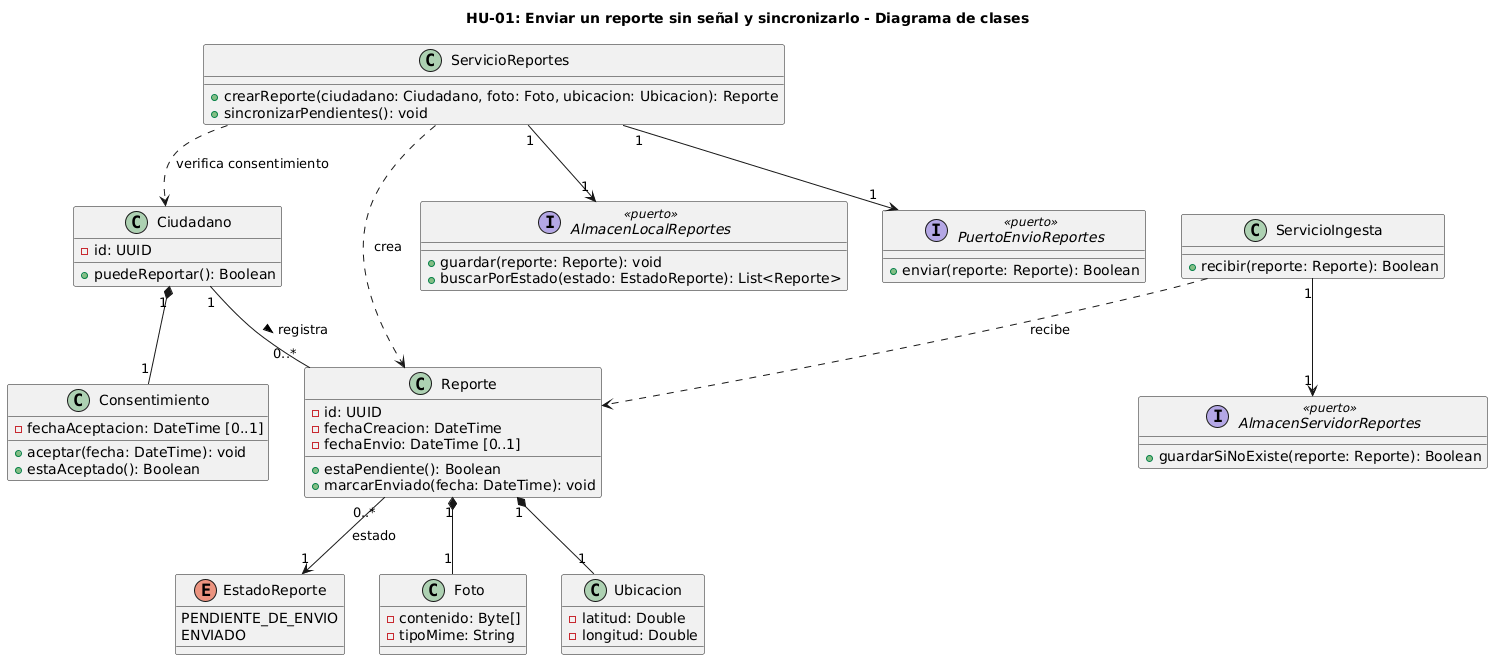
DavidOliva06/cs-2026b-lab04-grupo06 keeps this PlantUML diagram as docs/design/img/DiagramadeClases.png. Above is the earlier version. Source of this version:
```plantuml
@startuml
title HU-01: Enviar un reporte sin señal y sincronizarlo - Diagrama de clases

enum EstadoReporte {
  PENDIENTE_DE_ENVIO
  ENVIADO
}

class Ciudadano {
  - id: UUID
  + puedeReportar(): Boolean
}

class Consentimiento {
  - fechaAceptacion: DateTime [0..1]
  + aceptar(fecha: DateTime): void
  + estaAceptado(): Boolean
}

class Reporte {
  - id: UUID
  - fechaCreacion: DateTime
  - fechaEnvio: DateTime [0..1]
  + estaPendiente(): Boolean
  + marcarEnviado(fecha: DateTime): void
}

class Foto {
  - contenido: Byte[]
  - tipoMime: String
}

class Ubicacion {
  - latitud: Double
  - longitud: Double
}

class ServicioReportes {
  + crearReporte(ciudadano: Ciudadano, foto: Foto, ubicacion: Ubicacion): Reporte
  + sincronizarPendientes(): void
}

class ServicioIngesta {
  + recibir(reporte: Reporte): Boolean
}

interface AlmacenLocalReportes <<puerto>> {
  + guardar(reporte: Reporte): void
  + buscarPorEstado(estado: EstadoReporte): List<Reporte>
}

interface AlmacenServidorReportes <<puerto>> {
  + guardarSiNoExiste(reporte: Reporte): Boolean
}

interface PuertoEnvioReportes <<puerto>> {
  + enviar(reporte: Reporte): Boolean
}

Ciudadano "1" *-- "1" Consentimiento
Ciudadano "1" -- "0..*" Reporte : registra >
Reporte "1" *-- "1" Foto
Reporte "1" *-- "1" Ubicacion
Reporte "0..*" --> "1" EstadoReporte : estado

ServicioReportes ..> Ciudadano : verifica consentimiento
ServicioReportes ..> Reporte : crea
ServicioReportes "1" --> "1" AlmacenLocalReportes
ServicioReportes "1" --> "1" PuertoEnvioReportes
ServicioIngesta "1" --> "1" AlmacenServidorReportes
ServicioIngesta ..> Reporte : recibe
@enduml
```
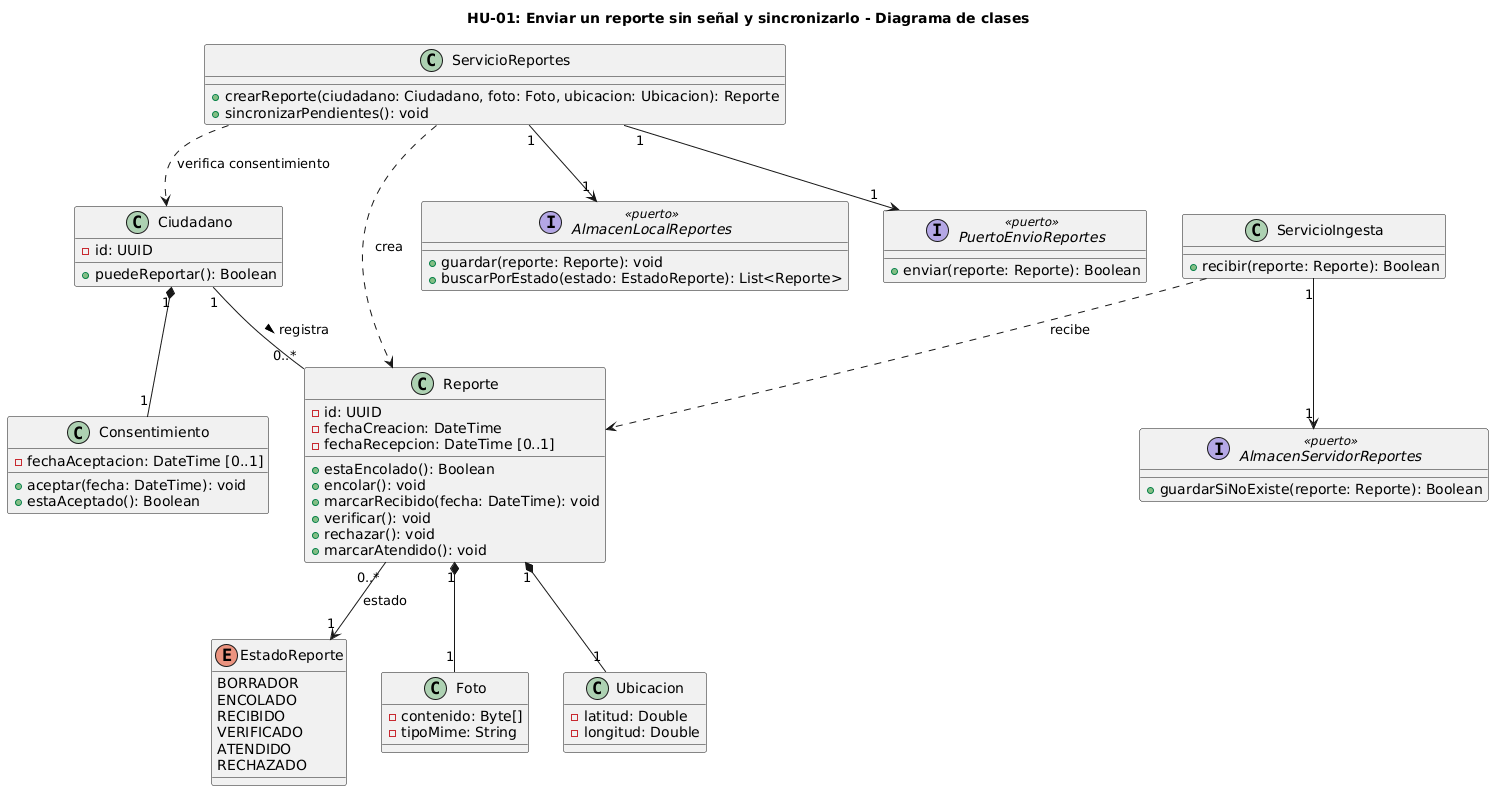
Later version of the same file.

Diff of the diagram source:
```diff
@@ -2,8 +2,12 @@
 title HU-01: Enviar un reporte sin señal y sincronizarlo - Diagrama de clases
 
 enum EstadoReporte {
-  PENDIENTE_DE_ENVIO
-  ENVIADO
+  BORRADOR
+  ENCOLADO
+  RECIBIDO
+  VERIFICADO
+  ATENDIDO
+  RECHAZADO
 }
 
 class Ciudadano {
@@ -20,9 +24,13 @@
 class Reporte {
   - id: UUID
   - fechaCreacion: DateTime
-  - fechaEnvio: DateTime [0..1]
-  + estaPendiente(): Boolean
-  + marcarEnviado(fecha: DateTime): void
+  - fechaRecepcion: DateTime [0..1]
+  + estaEncolado(): Boolean
+  + encolar(): void
+  + marcarRecibido(fecha: DateTime): void
+  + verificar(): void
+  + rechazar(): void
+  + marcarAtendido(): void
 }
 
 class Foto {
```
